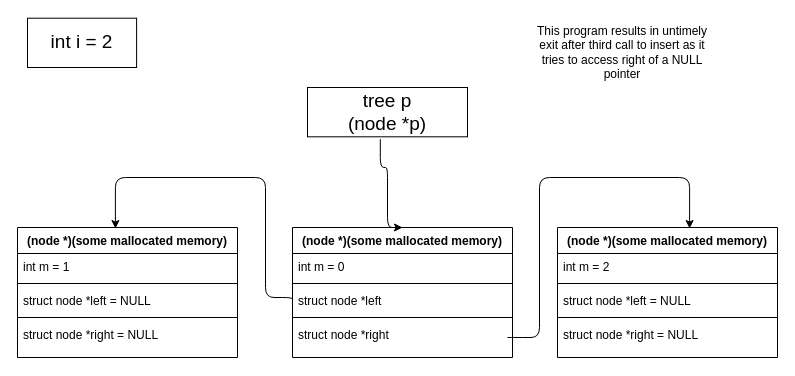
Above: Assignments/5/drawings/Q7.drawio in eternalstudy30112004/DSALab (draw.io), before the change. Source tidied: cells renumbered, new cells numbered last; positions are measured from the earlier drawing's top-left corner, leaving out a move shared by most shapes. Both pictures are drawn from the tidied source at 100%, with x=0, y=0 at pixel (17, 18).
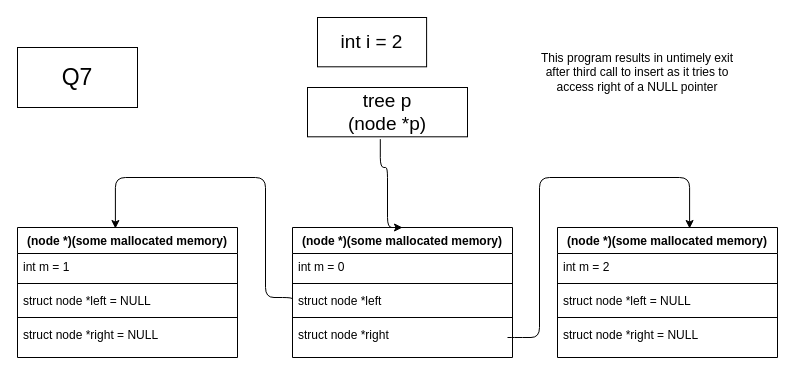
The same diagram, later.

Diff of the diagram source:
```diff
@@
     <mxCell id="9" value="int i = 2" style="rounded=0;whiteSpace=wrap;html=1;fontSize=19;" parent="1" vertex="1">
-      <mxGeometry x="10" y="-0.3" width="109.1" height="49.3" as="geometry" />
+      <mxGeometry x="300" y="-1" width="109.1" height="49.3" as="geometry" />
     </mxCell>
@@
     <mxCell id="28" value="This program results in untimely exit after third call to insert as it tries to access right of a NULL pointer" style="text;html=1;strokeColor=none;fillColor=none;align=center;verticalAlign=middle;whiteSpace=wrap;rounded=0;" parent="1" vertex="1">
-      <mxGeometry x="510" y="19" width="190" height="30" as="geometry" />
+      <mxGeometry x="510" y="19" width="220" height="70" as="geometry" />
     </mxCell>
+    <mxCell id="29" value="&lt;font style=&quot;font-size: 23px;&quot;&gt;Q7&lt;/font&gt;" style="rounded=0;whiteSpace=wrap;html=1;" parent="1" vertex="1">
+      <mxGeometry y="29" width="120" height="60" as="geometry" />
+    </mxCell>
```
